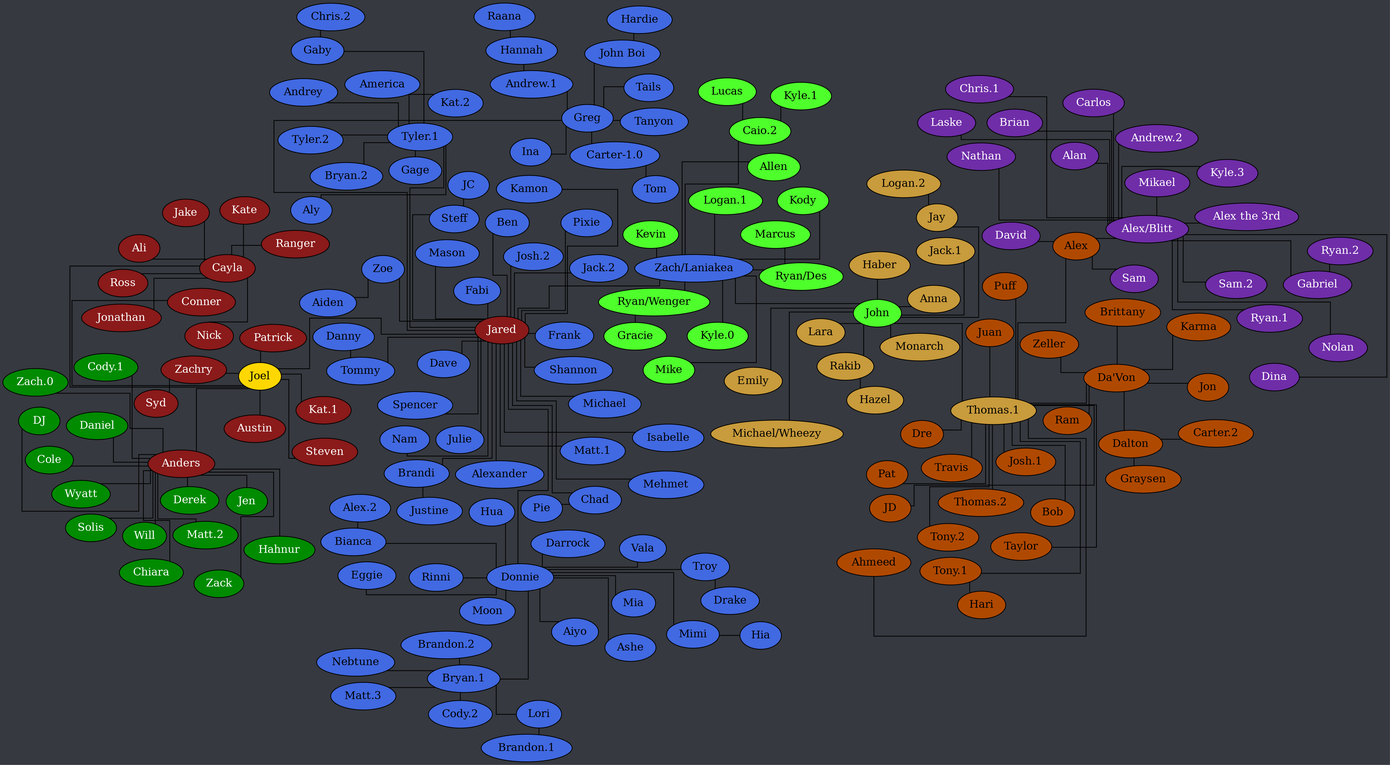
Above: tree.png in Documidas/CoronaCatzFamilyTree (Graphviz), before the change. Its source is kept beside it as tree.dot.
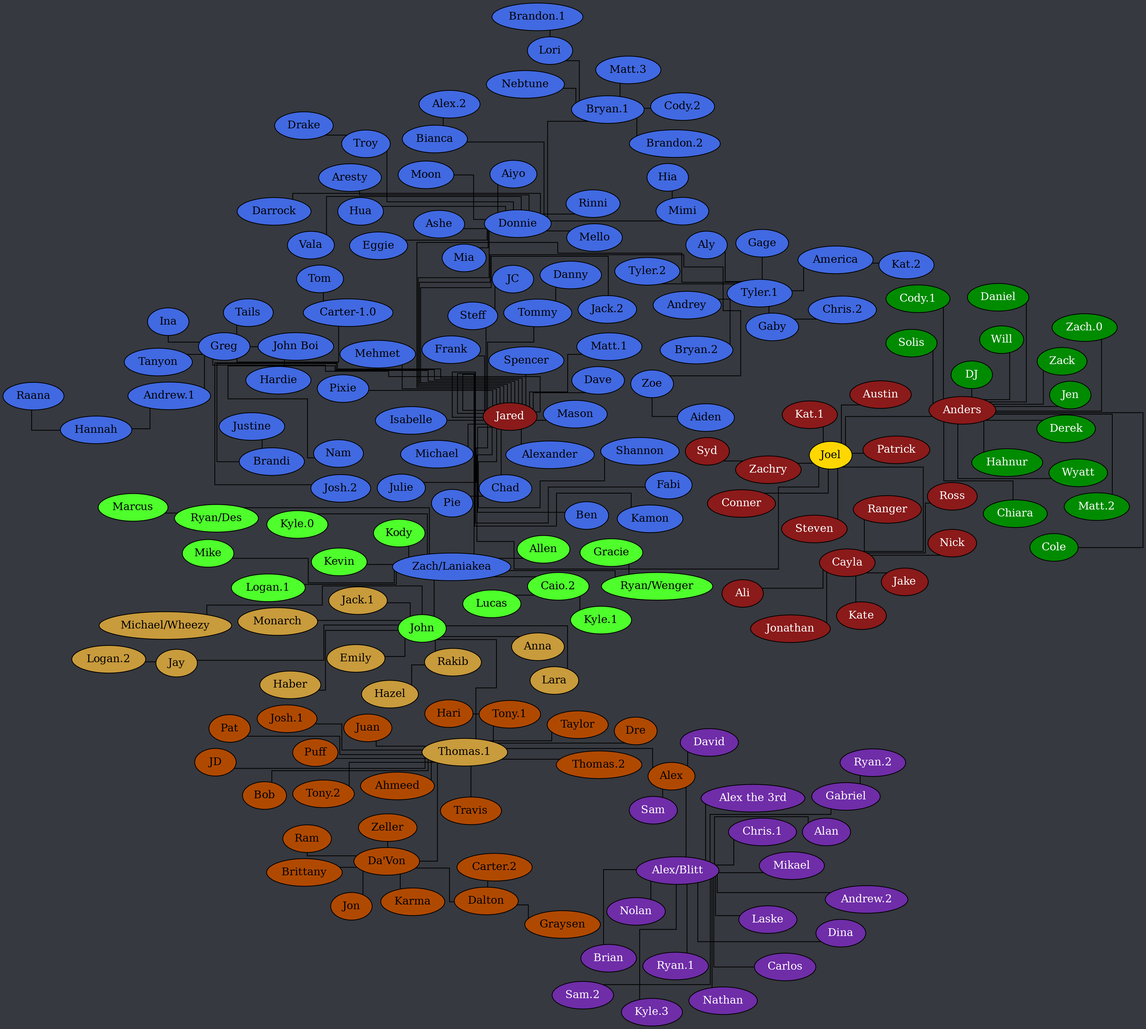
After the change.

Commit message:
Add Aresty, Mello

The edit, as a diff of the source:
```diff
@@ -68,12 +68,14 @@
 		"Carter-1.0" -- Tom;
 		Chad -- Pie;
 		Donnie -- Aiyo;
+		Donnie -- Aresty;
 		Donnie -- Ashe;
 		Donnie -- Bianca;
 		Donnie -- "Bryan.1";
 		Donnie -- Darrock;
 		Donnie -- Eggie;
 		Donnie -- Hua;
+		Donnie -- Mello;
 		Donnie -- Mia;
 		Donnie -- Mimi;
 		Donnie -- Moon;
```
